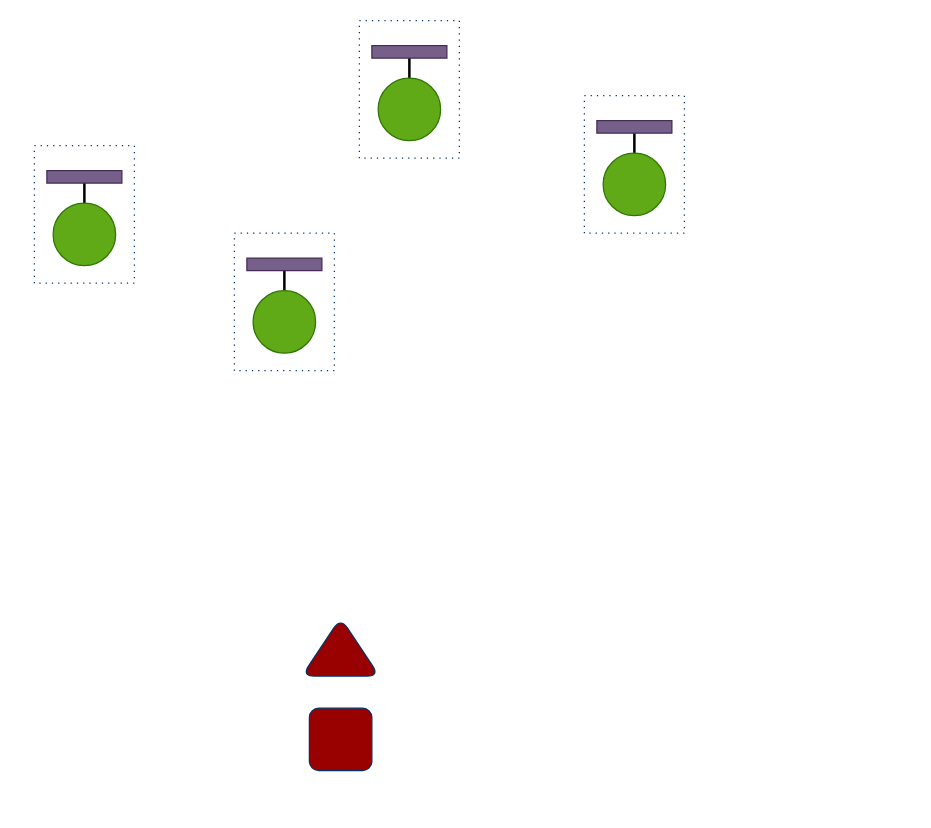
This is service-mesh-GSPM.drawio from deepaknadig/draw.io, a draw.io file, before an edit. Source tidied: cells renumbered, new cells numbered last; positions are measured from the earlier drawing's top-left corner, leaving out a move shared by most shapes. Both pictures are drawn from the tidied source at 125%, with x=0, y=0 at pixel (34, 20).
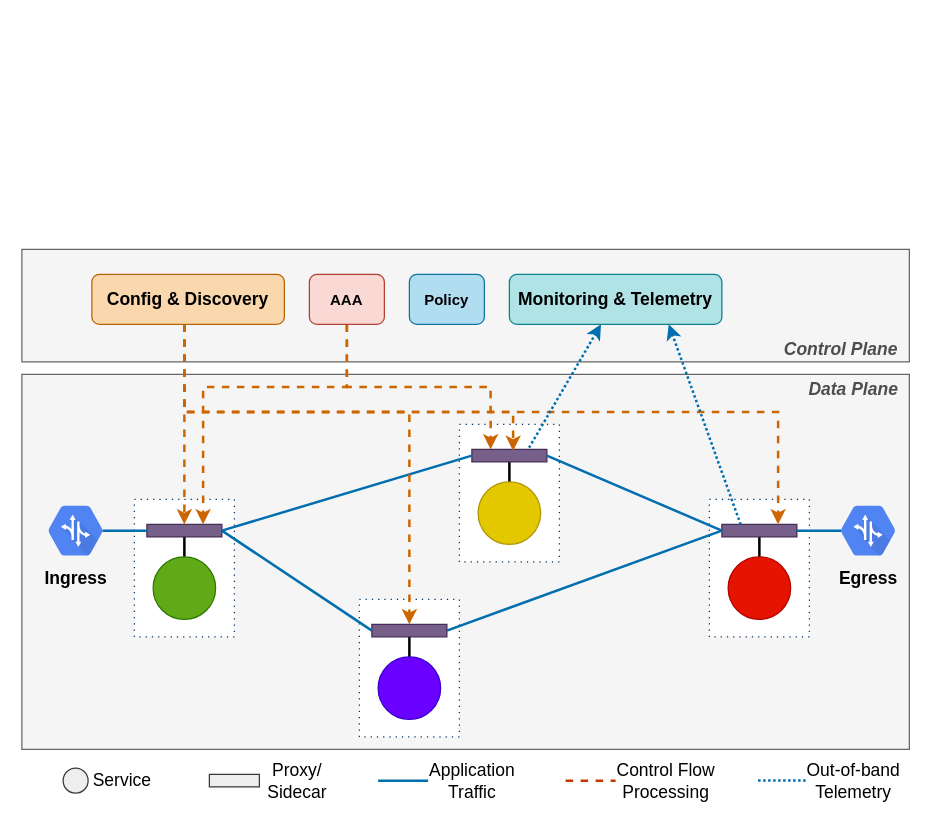
The same diagram, later.

Unchanged cells that the change refers to:
```xml
<mxCell id="5" style="group;" parent="4" vertex="1">
  <mxGeometry width="80" height="110" as="geometry" />
</mxCell>
<mxCell id="16" style="rounded=0;whiteSpace=wrap;html=1;strokeColor=#432D57;fillColor=#76608a;fontColor=#ffffff;" parent="13" vertex="1">
  <mxGeometry x="10" y="20" width="60" height="10" as="geometry" />
</mxCell>
<mxCell id="20" style="group;" parent="19" vertex="1">
  <mxGeometry width="80" height="110" as="geometry" />
</mxCell>
<mxCell id="23" style="rounded=0;whiteSpace=wrap;html=1;strokeColor=#432D57;fillColor=#76608a;fontColor=#ffffff;" parent="20" vertex="1">
  <mxGeometry x="10" y="20" width="60" height="10" as="geometry" />
</mxCell>
<mxCell id="27" style="group;" parent="26" vertex="1">
  <mxGeometry width="80" height="110" as="geometry" />
</mxCell>
<mxCell id="30" style="rounded=0;whiteSpace=wrap;html=1;strokeColor=#432D57;fillColor=#76608a;fontColor=#ffffff;" parent="27" vertex="1">
  <mxGeometry x="10" y="20" width="60" height="10" as="geometry" />
</mxCell>
```

The edit, as a diff of the source:
```diff
@@
-    <mxCell id="2" style="triangle;whiteSpace=wrap;html=1;rounded=1;strokeColor=#003366;fillColor=#990000;rotation=-90;" parent="1" vertex="1">
-      <mxGeometry x="221.7" y="470" width="46.6" height="62.1" as="geometry" />
-    </mxCell>
-    <mxCell id="3" style="whiteSpace=wrap;html=1;rounded=1;strokeColor=#003366;fillColor=#990000;" parent="1" vertex="1">
-      <mxGeometry x="220" y="550" width="50" height="50" as="geometry" />
-    </mxCell>
+    <mxCell id="32" style="group;" parent="1" vertex="1">
+      <mxGeometry x="-10" y="183" width="710" height="445" as="geometry" />
+    </mxCell>
+    <mxCell id="33" style="rounded=0;whiteSpace=wrap;html=1;strokeColor=#666666;fillColor=#f5f5f5;fontColor=#333333;" parent="32" vertex="1">
+      <mxGeometry y="100" width="710" height="300" as="geometry" />
+    </mxCell>
+    <mxCell id="34" style="rounded=0;whiteSpace=wrap;html=1;strokeColor=#666666;fillColor=#f5f5f5;fontColor=#333333;" parent="32" vertex="1">
+      <mxGeometry width="710" height="90" as="geometry" />
+    </mxCell>
-    <mxCell id="4" style="group;" parent="1" vertex="1">
-      <mxGeometry y="100" width="80" height="110" as="geometry" />
+    <mxCell id="4" style="group;" parent="32" vertex="1">
+      <mxGeometry x="90" y="200" width="80" height="110" as="geometry" />
     </mxCell>
@@
-    <mxCell id="6" style="group;" parent="5" vertex="1">
-      <mxGeometry width="80" height="110" as="geometry" />
-    </mxCell>
-    <mxCell id="7" style="rounded=0;whiteSpace=wrap;html=1;dashed=1;dashPattern=1 4;strokeColor=#003366;fillColor=#ffffff;" parent="6" vertex="1">
+    <mxCell id="7" style="rounded=0;whiteSpace=wrap;html=1;dashed=1;dashPattern=1 4;strokeColor=#003366;fillColor=#ffffff;" parent="5" vertex="1">
       <mxGeometry width="80" height="110" as="geometry" />
     </mxCell>
-    <mxCell id="8" style="edgeStyle=orthogonalEdgeStyle;rounded=0;jettySize=auto;html=1;entryX=0.5;entryY=0;entryDx=0;entryDy=0;endArrow=none;endFill=0;strokeWidth=2;" parent="6" edge="1" source="9" target="10">
+    <mxCell id="8" style="edgeStyle=orthogonalEdgeStyle;rounded=0;jettySize=auto;html=1;entryX=0.5;entryY=0;entryDx=0;entryDy=0;endArrow=none;endFill=0;strokeWidth=2;" parent="5" edge="1" source="9" target="10">
       <mxGeometry relative="1" as="geometry" />
     </mxCell>
-    <mxCell id="9" style="rounded=0;whiteSpace=wrap;html=1;strokeColor=#432D57;fillColor=#76608a;fontColor=#ffffff;" parent="6" vertex="1">
+    <mxCell id="9" style="rounded=0;whiteSpace=wrap;html=1;strokeColor=#432D57;fillColor=#76608a;fontColor=#ffffff;" parent="5" vertex="1">
       <mxGeometry x="10" y="20" width="60" height="10" as="geometry" />
     </mxCell>
-    <mxCell id="10" style="ellipse;whiteSpace=wrap;html=1;rounded=1;strokeColor=#2D7600;fillColor=#60a917;fontColor=#ffffff;" parent="6" vertex="1">
+    <mxCell id="10" style="ellipse;whiteSpace=wrap;html=1;rounded=1;strokeColor=#2D7600;fillColor=#60a917;fontColor=#ffffff;" parent="5" vertex="1">
       <mxGeometry x="15" y="46" width="50" height="50" as="geometry" />
     </mxCell>
-    <mxCell id="11" style="group;" parent="1" vertex="1">
-      <mxGeometry x="440" y="60" width="80" height="110" as="geometry" />
+    <mxCell id="11" style="group;" parent="32" vertex="1">
+      <mxGeometry x="550" y="200" width="116" height="110" as="geometry" />
     </mxCell>
     <mxCell id="12" style="group;" parent="11" vertex="1">
-      <mxGeometry width="80" height="110" as="geometry" />
+      <mxGeometry width="116" height="110" as="geometry" />
     </mxCell>
     <mxCell id="13" style="group;" parent="12" vertex="1">
-      <mxGeometry width="80" height="110" as="geometry" />
+      <mxGeometry width="116" height="110" as="geometry" />
     </mxCell>
@@
-    <mxCell id="17" style="ellipse;whiteSpace=wrap;html=1;rounded=1;strokeColor=#2D7600;fillColor=#60a917;fontColor=#ffffff;" parent="13" vertex="1">
+    <mxCell id="17" style="ellipse;whiteSpace=wrap;html=1;rounded=1;strokeColor=#B20000;fillColor=#e51400;fontColor=#ffffff;" parent="13" vertex="1">
       <mxGeometry x="15" y="46" width="50" height="50" as="geometry" />
     </mxCell>
-    <mxCell id="18" style="group;" parent="1" vertex="1">
-      <mxGeometry x="160" y="170" width="80" height="110" as="geometry" />
+    <mxCell id="18" style="group;" parent="32" vertex="1">
+      <mxGeometry x="270" y="280" width="80" height="110" as="geometry" />
     </mxCell>
@@
-    <mxCell id="24" style="ellipse;whiteSpace=wrap;html=1;rounded=1;strokeColor=#2D7600;fillColor=#60a917;fontColor=#ffffff;" parent="20" vertex="1">
+    <mxCell id="24" style="ellipse;whiteSpace=wrap;html=1;rounded=1;strokeColor=#3700CC;fillColor=#6a00ff;fontColor=#ffffff;" parent="20" vertex="1">
       <mxGeometry x="15" y="46" width="50" height="50" as="geometry" />
     </mxCell>
-    <mxCell id="25" style="group;" parent="1" vertex="1">
-      <mxGeometry x="260" width="80" height="110" as="geometry" />
+    <mxCell id="25" style="group;" parent="32" vertex="1">
+      <mxGeometry x="350" y="140" width="80" height="110" as="geometry" />
     </mxCell>
@@
-    <mxCell id="31" style="ellipse;whiteSpace=wrap;html=1;rounded=1;strokeColor=#2D7600;fillColor=#60a917;fontColor=#ffffff;" parent="27" vertex="1">
+    <mxCell id="31" style="ellipse;whiteSpace=wrap;html=1;rounded=1;strokeColor=#B09500;fillColor=#e3c800;fontColor=#ffffff;" parent="27" vertex="1">
       <mxGeometry x="15" y="46" width="50" height="50" as="geometry" />
     </mxCell>
+    <mxCell id="35" style="rounded=0;jettySize=auto;html=1;exitX=1;exitY=0.5;exitDx=0;exitDy=0;entryX=0;entryY=0.5;entryDx=0;entryDy=0;startArrow=none;startFill=0;endArrow=none;endFill=0;strokeWidth=2;fillColor=#1ba1e2;strokeColor=#006EAF;" parent="32" edge="1" source="9" target="30">
+      <mxGeometry relative="1" as="geometry" />
+    </mxCell>
+    <mxCell id="36" style="rounded=0;jettySize=auto;html=1;entryX=0;entryY=0.5;entryDx=0;entryDy=0;startArrow=none;startFill=0;endArrow=none;endFill=0;exitX=1;exitY=0.5;exitDx=0;exitDy=0;strokeWidth=2;fillColor=#1ba1e2;strokeColor=#006EAF;" parent="32" edge="1" source="9" target="23">
+      <mxGeometry relative="1" as="geometry" />
+    </mxCell>
+    <mxCell id="37" style="rounded=0;jettySize=auto;html=1;entryX=0;entryY=0.5;entryDx=0;entryDy=0;startArrow=none;startFill=0;endArrow=none;endFill=0;strokeWidth=2;fillColor=#1ba1e2;strokeColor=#006EAF;exitX=1;exitY=0.5;exitDx=0;exitDy=0;" parent="32" edge="1" source="23" target="16">
+      <mxGeometry relative="1" as="geometry" />
+    </mxCell>
+    <mxCell id="38" style="rounded=0;jettySize=auto;html=1;exitX=1;exitY=0.5;exitDx=0;exitDy=0;entryX=0;entryY=0.5;entryDx=0;entryDy=0;startArrow=none;startFill=0;endArrow=none;endFill=0;strokeWidth=2;fillColor=#1ba1e2;strokeColor=#006EAF;" parent="32" edge="1" source="30" target="16">
+      <mxGeometry relative="1" as="geometry" />
+    </mxCell>
+    <mxCell id="39" style="edgeStyle=none;rounded=0;jettySize=auto;html=1;exitX=0.825;exitY=0.5;exitDx=0;exitDy=0;exitPerimeter=0;entryX=0;entryY=0.5;entryDx=0;entryDy=0;startArrow=none;startFill=0;endArrow=none;endFill=0;fontColor=#000000;strokeWidth=2;fillColor=#1ba1e2;strokeColor=#006EAF;" parent="32" edge="1" source="40" target="9">
+      <mxGeometry relative="1" as="geometry" />
+    </mxCell>
+    <mxCell id="40" value="&lt;font style=&quot;font-size: 14px&quot;&gt;Ingress&lt;/font&gt;" style="html=1;fillColor=#5184F3;strokeColor=none;verticalAlign=top;labelPosition=center;verticalLabelPosition=bottom;align=center;spacingTop=-6;fontSize=11;fontStyle=1;shape=mxgraph.gcp2.hexIcon;prIcon=traffic_director;rounded=0;" parent="32" vertex="1">
+      <mxGeometry x="10" y="195.8" width="66" height="58.5" as="geometry" />
+    </mxCell>
+    <mxCell id="41" value="&lt;font style=&quot;font-size: 14px&quot;&gt;Egress&lt;/font&gt;" style="html=1;fillColor=#5184F3;strokeColor=none;verticalAlign=top;labelPosition=center;verticalLabelPosition=bottom;align=center;spacingTop=-6;fontSize=11;fontStyle=1;shape=mxgraph.gcp2.hexIcon;prIcon=traffic_director;rounded=0;" parent="32" vertex="1">
+      <mxGeometry x="644" y="195.8" width="66" height="58.5" as="geometry" />
+    </mxCell>
+    <mxCell id="42" style="edgeStyle=none;rounded=0;jettySize=auto;html=1;entryX=0.175;entryY=0.5;entryDx=0;entryDy=0;entryPerimeter=0;startArrow=none;startFill=0;endArrow=none;endFill=0;fontColor=#000000;strokeWidth=2;fillColor=#1ba1e2;strokeColor=#006EAF;" parent="32" edge="1" source="16" target="41">
+      <mxGeometry relative="1" as="geometry" />
+    </mxCell>
+    <mxCell id="43" style="edgeStyle=orthogonalEdgeStyle;rounded=0;jettySize=auto;html=1;entryX=0.5;entryY=0;entryDx=0;entryDy=0;startArrow=none;startFill=0;endArrow=classic;endFill=1;strokeWidth=2;fontColor=#000000;dashed=1;fillColor=#e51400;strokeColor=#CC6600;" parent="32" edge="1" source="47" target="9">
+      <mxGeometry relative="1" as="geometry">
+        <Array as="points">
+          <mxPoint x="130" y="100" />
+          <mxPoint x="130" y="100" />
+        </Array>
+      </mxGeometry>
+    </mxCell>
+    <mxCell id="44" style="edgeStyle=orthogonalEdgeStyle;rounded=0;jettySize=auto;html=1;entryX=0.55;entryY=0.12;entryDx=0;entryDy=0;entryPerimeter=0;startArrow=none;startFill=0;endArrow=classic;endFill=1;strokeWidth=2;fontColor=#000000;dashed=1;fillColor=#e51400;strokeColor=#CC6600;" parent="32" edge="1" source="47" target="30">
+      <mxGeometry relative="1" as="geometry">
+        <Array as="points">
+          <mxPoint x="130" y="130" />
+          <mxPoint x="393" y="130" />
+        </Array>
+      </mxGeometry>
+    </mxCell>
+    <mxCell id="45" style="edgeStyle=orthogonalEdgeStyle;rounded=0;jettySize=auto;html=1;entryX=0.5;entryY=0;entryDx=0;entryDy=0;startArrow=none;startFill=0;endArrow=classic;endFill=1;strokeWidth=2;fontColor=#000000;dashed=1;fillColor=#e51400;strokeColor=#CC6600;" parent="32" edge="1" source="47" target="23">
+      <mxGeometry relative="1" as="geometry">
+        <Array as="points">
+          <mxPoint x="130" y="130" />
+          <mxPoint x="310" y="130" />
+        </Array>
+      </mxGeometry>
+    </mxCell>
+    <mxCell id="46" style="edgeStyle=orthogonalEdgeStyle;rounded=0;jettySize=auto;html=1;entryX=0.75;entryY=0;entryDx=0;entryDy=0;dashed=1;startArrow=none;startFill=0;endArrow=classic;endFill=1;strokeWidth=2;fontColor=#000000;strokeColor=#CC6600;" parent="32" edge="1" source="47" target="16">
+      <mxGeometry relative="1" as="geometry">
+        <Array as="points">
+          <mxPoint x="130" y="130" />
+          <mxPoint x="605" y="130" />
+        </Array>
+      </mxGeometry>
+    </mxCell>
+    <mxCell id="47" value="&lt;b style=&quot;font-size: 14px&quot;&gt;&lt;font style=&quot;font-size: 14px&quot;&gt;Config &amp;amp; Discovery&lt;/font&gt;&lt;br&gt;&lt;/b&gt;" style="rounded=1;whiteSpace=wrap;html=1;fillColor=#fad7ac;strokeColor=#b46504;" parent="32" vertex="1">
+      <mxGeometry x="56" y="20" width="154" height="40" as="geometry" />
+    </mxCell>
+    <mxCell id="48" style="rounded=0;jettySize=auto;html=1;entryX=0.75;entryY=0;entryDx=0;entryDy=0;dashed=1;startArrow=none;startFill=0;endArrow=classic;endFill=1;strokeWidth=2;fontColor=#000000;edgeStyle=orthogonalEdgeStyle;strokeColor=#CC6600;" parent="32" edge="1" source="50" target="9">
+      <mxGeometry relative="1" as="geometry">
+        <Array as="points">
+          <mxPoint x="260" y="110" />
+          <mxPoint x="145" y="110" />
+        </Array>
+      </mxGeometry>
+    </mxCell>
+    <mxCell id="49" style="edgeStyle=orthogonalEdgeStyle;rounded=0;jettySize=auto;html=1;exitX=0.5;exitY=1;exitDx=0;exitDy=0;entryX=0.25;entryY=0;entryDx=0;entryDy=0;dashed=1;startArrow=none;startFill=0;endArrow=classic;endFill=1;strokeWidth=2;fontColor=#000000;strokeColor=#CC6600;" parent="32" edge="1" source="50" target="30">
+      <mxGeometry relative="1" as="geometry" />
+    </mxCell>
+    <mxCell id="50" value="&lt;b&gt;AAA&lt;/b&gt;&lt;b style=&quot;font-size: 14px&quot;&gt;&lt;br&gt;&lt;/b&gt;" style="rounded=1;whiteSpace=wrap;html=1;fillColor=#fad9d5;strokeColor=#ae4132;" parent="32" vertex="1">
+      <mxGeometry x="230" y="20" width="60" height="40" as="geometry" />
+    </mxCell>
+    <mxCell id="51" value="&lt;b&gt;Policy&lt;/b&gt;&lt;b style=&quot;font-size: 14px&quot;&gt;&lt;br&gt;&lt;/b&gt;" style="rounded=1;whiteSpace=wrap;html=1;fillColor=#b1ddf0;strokeColor=#10739e;" parent="32" vertex="1">
+      <mxGeometry x="310" y="20" width="60" height="40" as="geometry" />
+    </mxCell>
+    <mxCell id="52" style="edgeStyle=none;rounded=0;jettySize=auto;html=1;entryX=0.75;entryY=0;entryDx=0;entryDy=0;dashed=1;startArrow=classic;startFill=1;endArrow=none;endFill=0;strokeWidth=2;fontColor=#000000;strokeColor=#006EAF;dashPattern=1 1;fillColor=#1ba1e2;" parent="32" edge="1" source="54" target="30">
+      <mxGeometry relative="1" as="geometry" />
+    </mxCell>
+    <mxCell id="53" style="edgeStyle=none;rounded=0;jettySize=auto;html=1;exitX=0.75;exitY=1;exitDx=0;exitDy=0;dashed=1;startArrow=classic;startFill=1;endArrow=none;endFill=0;strokeWidth=2;fontColor=#000000;entryX=0.25;entryY=0;entryDx=0;entryDy=0;strokeColor=#006EAF;dashPattern=1 1;fillColor=#1ba1e2;" parent="32" edge="1" source="54" target="16">
+      <mxGeometry relative="1" as="geometry" />
+    </mxCell>
+    <mxCell id="54" value="&lt;b style=&quot;font-size: 14px&quot;&gt;&lt;font style=&quot;font-size: 14px&quot;&gt;Monitoring &amp;amp; Telemetry&lt;/font&gt;&lt;br&gt;&lt;/b&gt;" style="rounded=1;whiteSpace=wrap;html=1;fillColor=#b0e3e6;strokeColor=#0e8088;" parent="32" vertex="1">
+      <mxGeometry x="390" y="20" width="170" height="40" as="geometry" />
+    </mxCell>
+    <mxCell id="55" value="&lt;font style=&quot;font-size: 14px&quot;&gt;&lt;b&gt;&lt;i&gt;Control Plane&lt;br&gt;&lt;/i&gt;&lt;/b&gt;&lt;/font&gt;" style="text;html=1;align=center;verticalAlign=middle;fontColor=#4D4D4D;" parent="32" vertex="1">
+      <mxGeometry x="600" y="70" width="110" height="20" as="geometry" />
+    </mxCell>
+    <mxCell id="56" value="&lt;font style=&quot;font-size: 14px&quot;&gt;&lt;b&gt;&lt;i&gt;Data Plane&lt;br&gt;&lt;/i&gt;&lt;/b&gt;&lt;/font&gt;" style="text;html=1;align=center;verticalAlign=middle;fontColor=#4D4D4D;" parent="32" vertex="1">
+      <mxGeometry x="620" y="102" width="90" height="20" as="geometry" />
+    </mxCell>
+    <mxCell id="57" style="group;" parent="32" vertex="1">
+      <mxGeometry x="589" y="405" width="121" height="40" as="geometry" />
+    </mxCell>
+    <mxCell id="58" style="rounded=0;orthogonalLoop=1;jettySize=auto;html=1;startArrow=none;startFill=0;endArrow=none;endFill=0;exitX=1;exitY=0.5;exitDx=0;exitDy=0;strokeWidth=2;fillColor=#1ba1e2;strokeColor=#006EAF;dashed=1;dashPattern=1 1;" parent="57" edge="1">
+      <mxGeometry relative="1" as="geometry">
+        <mxPoint y="19.9" as="sourcePoint" />
+        <mxPoint x="40" y="19.9" as="targetPoint" />
+      </mxGeometry>
+    </mxCell>
+    <mxCell id="59" value="&lt;div style=&quot;font-size: 14px;&quot;&gt;Out-of-band&lt;/div&gt;&lt;div style=&quot;font-size: 14px;&quot;&gt;Telemetry&lt;/div&gt;" style="text;html=1;align=center;verticalAlign=middle;fontSize=14;" parent="57" vertex="1">
+      <mxGeometry x="31" width="90" height="40" as="geometry" />
+    </mxCell>
+    <mxCell id="60" style="group;" parent="32" vertex="1">
+      <mxGeometry x="438" y="405" width="122" height="40" as="geometry" />
+    </mxCell>
+    <mxCell id="61" style="rounded=0;orthogonalLoop=1;jettySize=auto;html=1;startArrow=none;startFill=0;endArrow=none;endFill=0;exitX=1;exitY=0.5;exitDx=0;exitDy=0;strokeWidth=2;fillColor=#fa6800;strokeColor=#C73500;dashed=1;" parent="60" edge="1">
+      <mxGeometry relative="1" as="geometry">
+        <mxPoint x="-3" y="20" as="sourcePoint" />
+        <mxPoint x="37" y="20" as="targetPoint" />
+      </mxGeometry>
+    </mxCell>
+    <mxCell id="62" value="&lt;div style=&quot;font-size: 14px;&quot;&gt;Control Flow&lt;/div&gt;&lt;div style=&quot;font-size: 14px;&quot;&gt;Processing&lt;/div&gt;" style="text;html=1;align=center;verticalAlign=middle;fontSize=14;" parent="60" vertex="1">
+      <mxGeometry x="32" width="90" height="40" as="geometry" />
+    </mxCell>
+    <mxCell id="63" style="group;" parent="32" vertex="1">
+      <mxGeometry x="285" y="405" width="115" height="40" as="geometry" />
+    </mxCell>
+    <mxCell id="64" style="rounded=0;orthogonalLoop=1;jettySize=auto;html=1;startArrow=none;startFill=0;endArrow=none;endFill=0;exitX=1;exitY=0.5;exitDx=0;exitDy=0;strokeWidth=2;fillColor=#1ba1e2;strokeColor=#006EAF;" parent="63" edge="1">
+      <mxGeometry relative="1" as="geometry">
+        <mxPoint y="20" as="sourcePoint" />
+        <mxPoint x="40" y="20" as="targetPoint" />
+      </mxGeometry>
+    </mxCell>
+    <mxCell id="65" value="&lt;div style=&quot;font-size: 14px;&quot;&gt;Application&lt;/div&gt;&lt;div style=&quot;font-size: 14px;&quot;&gt;Traffic&lt;br style=&quot;font-size: 14px;&quot;&gt;&lt;/div&gt;" style="text;html=1;align=center;verticalAlign=middle;fontSize=14;" parent="63" vertex="1">
+      <mxGeometry x="35" width="80" height="40" as="geometry" />
+    </mxCell>
+    <mxCell id="66" style="group;" parent="32" vertex="1">
+      <mxGeometry x="150" y="405" width="100" height="40" as="geometry" />
+    </mxCell>
+    <mxCell id="67" style="rounded=0;whiteSpace=wrap;html=1;strokeColor=#36393d;fillColor=#eeeeee;" parent="66" vertex="1">
+      <mxGeometry y="15" width="40" height="10" as="geometry" />
+    </mxCell>
+    <mxCell id="68" value="&lt;div style=&quot;font-size: 14px;&quot;&gt;Proxy/&lt;/div&gt;&lt;div style=&quot;font-size: 14px;&quot;&gt;Sidecar&lt;br style=&quot;font-size: 14px;&quot;&gt;&lt;/div&gt;" style="text;html=1;align=center;verticalAlign=middle;fontSize=14;" parent="66" vertex="1">
+      <mxGeometry x="40" width="60" height="40" as="geometry" />
+    </mxCell>
+    <mxCell id="69" style="group;" parent="32" vertex="1">
+      <mxGeometry x="30" y="415" width="80" height="20" as="geometry" />
+    </mxCell>
+    <mxCell id="70" style="ellipse;whiteSpace=wrap;html=1;rounded=0;strokeColor=#36393d;fillColor=#eeeeee;" parent="69" vertex="1">
+      <mxGeometry x="3" width="20" height="20" as="geometry" />
+    </mxCell>
+    <mxCell id="71" value="Service" style="text;html=1;align=center;verticalAlign=middle;fontSize=14;" parent="69" vertex="1">
+      <mxGeometry x="20" width="60" height="20" as="geometry" />
+    </mxCell>
```
